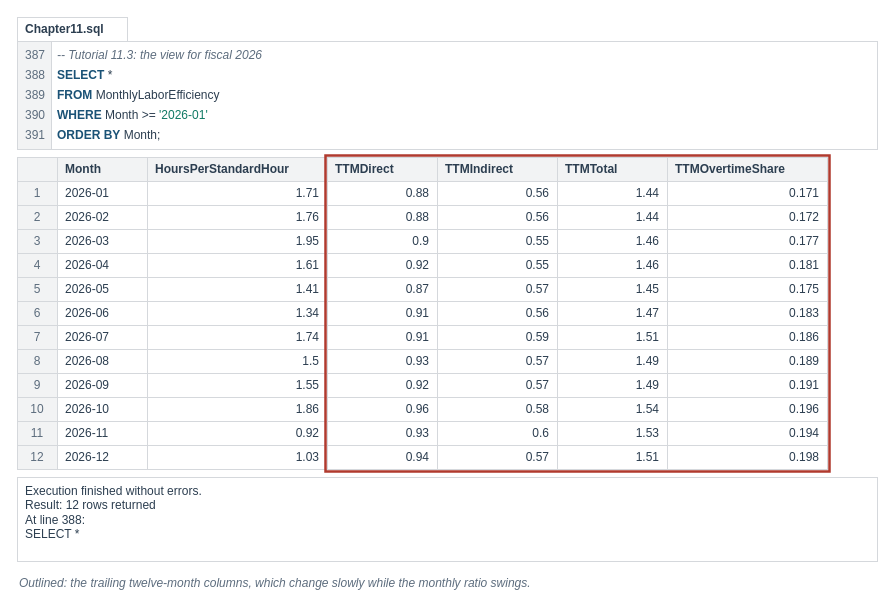
mmcodesso/Accounting_Analytics_Book keeps this draw.io diagram as visuals/src/fig-11-10-monthly-measure.drawio. Above is the earlier version. Source tidied: cells renumbered, new cells numbered last; positions are measured from the earlier drawing's top-left corner, leaving out a move shared by most shapes. Both pictures are drawn from the tidied source at 100%, with x=0, y=0 at pixel (17, 17).
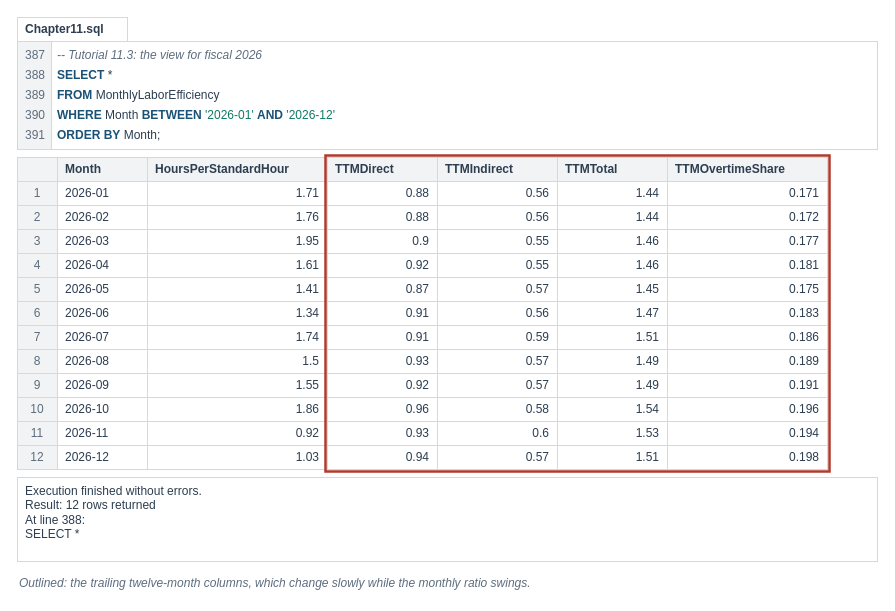
The same diagram, later.

What changed in the source:
```diff
@@
-    <mxCell id="13" value="&lt;b&gt;&lt;font color=&quot;#1A5276&quot;&gt;WHERE&lt;/font&gt;&lt;/b&gt;&amp;nbsp;Month&amp;nbsp;&amp;gt;=&amp;nbsp;&lt;font color=&quot;#117A65&quot;&gt;'2026-01'&lt;/font&gt;" style="text;html=1;whiteSpace=wrap;align=left;verticalAlign=middle;fontSize=12;fontColor=#2C3E50;fontStyle=0;fontFamily=Helvetica;spacing=2;fillColor=none;strokeColor=none;" parent="1" vertex="1">
+    <mxCell id="13" value="&lt;b&gt;&lt;font color=&quot;#1A5276&quot;&gt;WHERE&lt;/font&gt;&lt;/b&gt;&amp;nbsp;Month&amp;nbsp;&lt;b&gt;&lt;font color=&quot;#1A5276&quot;&gt;BETWEEN&lt;/font&gt;&lt;/b&gt;&amp;nbsp;&lt;font color=&quot;#117A65&quot;&gt;'2026-01'&lt;/font&gt;&amp;nbsp;&lt;b&gt;&lt;font color=&quot;#1A5276&quot;&gt;AND&lt;/font&gt;&lt;/b&gt;&amp;nbsp;&lt;font color=&quot;#117A65&quot;&gt;'2026-12'&lt;/font&gt;" style="text;html=1;whiteSpace=wrap;align=left;verticalAlign=middle;fontSize=12;fontColor=#2C3E50;fontStyle=0;fontFamily=Helvetica;spacing=2;fillColor=none;strokeColor=none;" parent="1" vertex="1">
       <mxGeometry x="38" y="88" width="818" height="20" as="geometry" />
     </mxCell>
```
